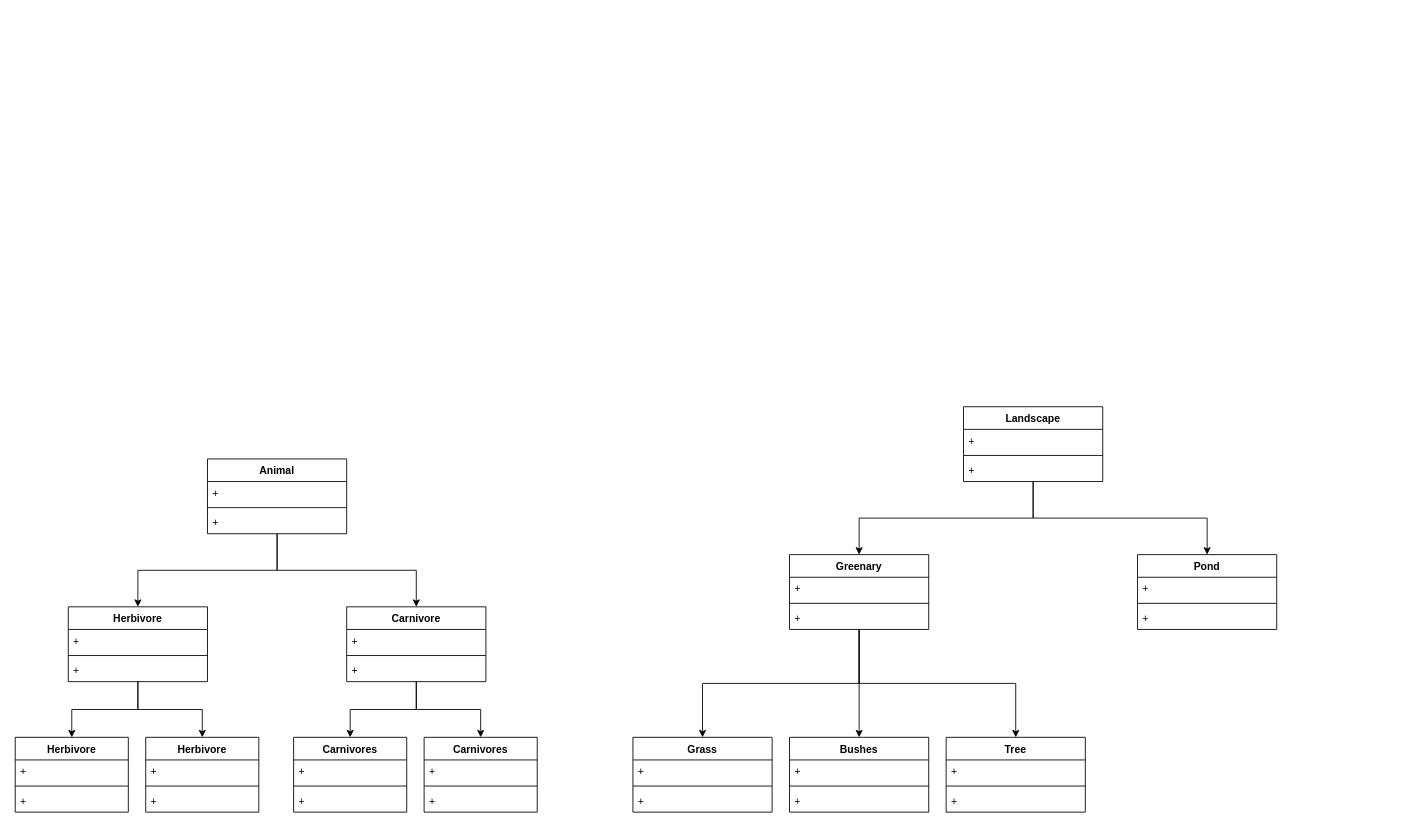
The draw.io diagram soft tech uml Diagram.drawio in summertx/uml, before the edit. Source tidied: cells renumbered, new cells numbered last; positions are measured from the earlier drawing's top-left corner, leaving out a move shared by most shapes. Both pictures are drawn from the tidied source at 87%, with x=0, y=0 at pixel (15, 406).
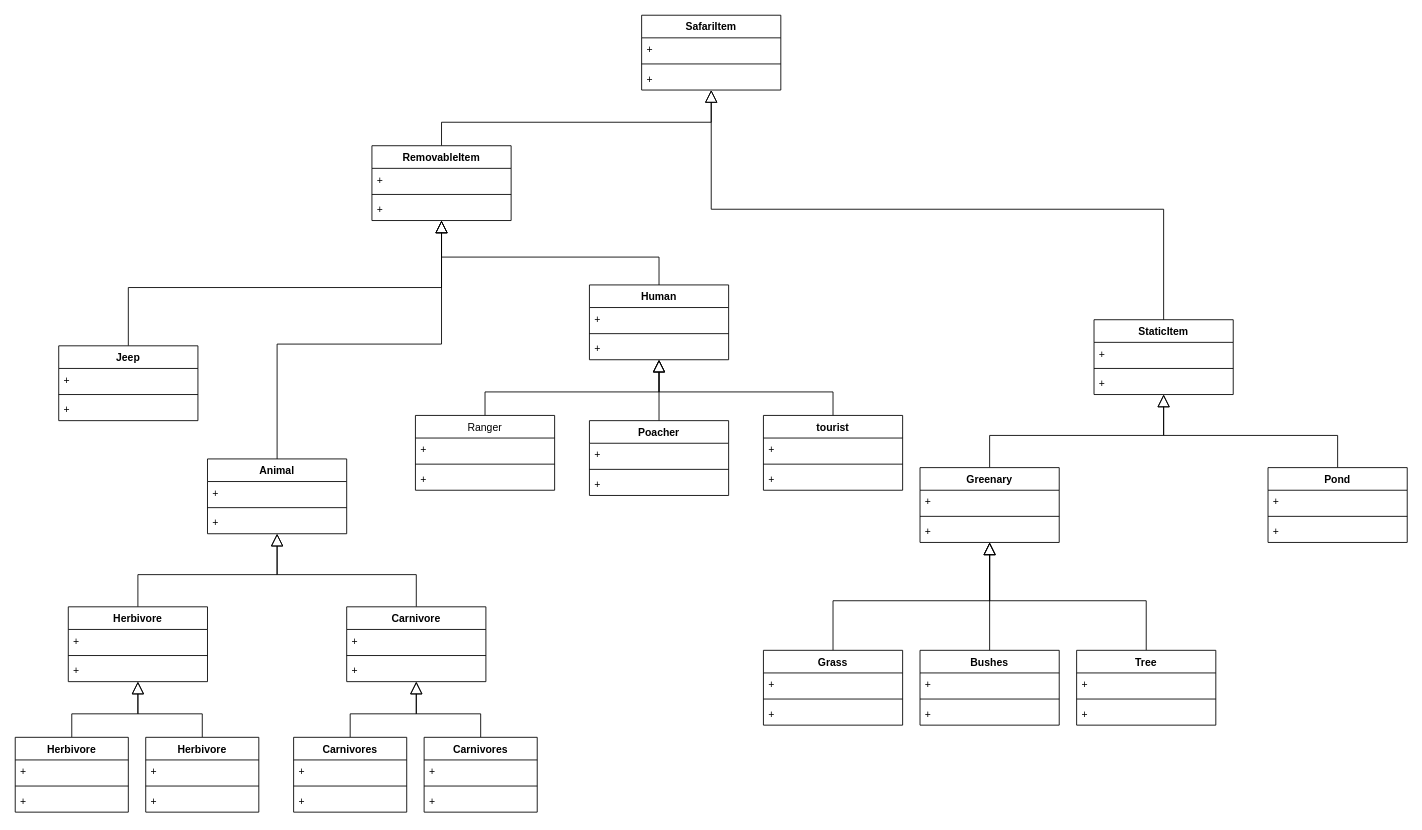
The same page after the edit.

Unchanged cells that the change refers to:
```xml
<mxCell id="4" value="Animal" style="swimlane;fontStyle=1;align=center;verticalAlign=top;horizontal=1;startSize=26;whiteSpace=wrap;html=1;" parent="1" vertex="1">
  <mxGeometry x="221" y="60" width="160" height="86" as="geometry" />
</mxCell>
<mxCell id="10" value="Herbivore" style="swimlane;fontStyle=1;align=center;verticalAlign=top;horizontal=1;startSize=26;whiteSpace=wrap;html=1;" parent="1" vertex="1">
  <mxGeometry x="61" y="230" width="160" height="86" as="geometry" />
</mxCell>
<mxCell id="16" value="Carnivore" style="swimlane;fontStyle=1;align=center;verticalAlign=top;horizontal=1;startSize=26;whiteSpace=wrap;html=1;" parent="1" vertex="1">
  <mxGeometry x="381" y="230" width="160" height="86" as="geometry" />
</mxCell>
<mxCell id="20" value="Carnivores" style="swimlane;fontStyle=1;align=center;verticalAlign=top;horizontal=1;startSize=26;whiteSpace=wrap;html=1;" parent="1" vertex="1">
  <mxGeometry x="320" y="380" width="130" height="86" as="geometry" />
</mxCell>
<mxCell id="24" value="Carnivores" style="swimlane;fontStyle=1;align=center;verticalAlign=top;horizontal=1;startSize=26;whiteSpace=wrap;html=1;" parent="1" vertex="1">
  <mxGeometry x="470" y="380" width="130" height="86" as="geometry" />
</mxCell>
<mxCell id="28" value="Herbivore" style="swimlane;fontStyle=1;align=center;verticalAlign=top;horizontal=1;startSize=26;whiteSpace=wrap;html=1;" parent="1" vertex="1">
  <mxGeometry y="380" width="130" height="86" as="geometry" />
</mxCell>
<mxCell id="32" value="Herbivore" style="swimlane;fontStyle=1;align=center;verticalAlign=top;horizontal=1;startSize=26;whiteSpace=wrap;html=1;" parent="1" vertex="1">
  <mxGeometry x="150" y="380" width="130" height="86" as="geometry" />
</mxCell>
```

Diff of the diagram source:
```diff
@@
-    <mxCell id="2" style="edgeStyle=orthogonalEdgeStyle;rounded=0;jettySize=auto;html=1;entryX=0.5;entryY=0;entryDx=0;entryDy=0;" parent="1" edge="1" source="4" target="10">
+    <mxCell id="2" style="edgeStyle=orthogonalEdgeStyle;rounded=0;jettySize=auto;html=1;entryX=0.5;entryY=0;entryDx=0;entryDy=0;startArrow=block;startFill=0;startSize=12;endArrow=none;" parent="1" edge="1" source="4" target="10">
       <mxGeometry relative="1" as="geometry" />
     </mxCell>
-    <mxCell id="3" style="edgeStyle=orthogonalEdgeStyle;rounded=0;jettySize=auto;html=1;entryX=0.5;entryY=0;entryDx=0;entryDy=0;" parent="1" edge="1" source="4" target="16">
+    <mxCell id="3" style="edgeStyle=orthogonalEdgeStyle;rounded=0;jettySize=auto;html=1;entryX=0.5;entryY=0;entryDx=0;entryDy=0;startSize=12;startArrow=block;startFill=0;endArrow=none;" parent="1" edge="1" source="4" target="16">
       <mxGeometry relative="1" as="geometry" />
     </mxCell>
@@
-    <mxCell id="8" style="edgeStyle=orthogonalEdgeStyle;rounded=0;jettySize=auto;html=1;entryX=0.5;entryY=0;entryDx=0;entryDy=0;" parent="1" edge="1" source="10" target="28">
+    <mxCell id="8" style="edgeStyle=orthogonalEdgeStyle;rounded=0;jettySize=auto;html=1;entryX=0.5;entryY=0;entryDx=0;entryDy=0;startSize=12;startArrow=block;startFill=0;endArrow=none;" parent="1" edge="1" source="10" target="28">
       <mxGeometry relative="1" as="geometry" />
     </mxCell>
-    <mxCell id="9" style="edgeStyle=orthogonalEdgeStyle;rounded=0;jettySize=auto;html=1;entryX=0.5;entryY=0;entryDx=0;entryDy=0;" parent="1" edge="1" source="10" target="32">
+    <mxCell id="9" style="edgeStyle=orthogonalEdgeStyle;rounded=0;jettySize=auto;html=1;entryX=0.5;entryY=0;entryDx=0;entryDy=0;endArrow=none;startFill=0;startArrow=block;startSize=12;" parent="1" edge="1" source="10" target="32">
       <mxGeometry relative="1" as="geometry" />
     </mxCell>
@@
-    <mxCell id="14" style="edgeStyle=orthogonalEdgeStyle;rounded=0;jettySize=auto;html=1;entryX=0.5;entryY=0;entryDx=0;entryDy=0;" parent="1" edge="1" source="16" target="20">
+    <mxCell id="14" style="edgeStyle=orthogonalEdgeStyle;rounded=0;jettySize=auto;html=1;entryX=0.5;entryY=0;entryDx=0;entryDy=0;endArrow=none;startFill=0;startArrow=block;startSize=12;" parent="1" edge="1" source="16" target="20">
       <mxGeometry relative="1" as="geometry" />
     </mxCell>
-    <mxCell id="15" style="edgeStyle=orthogonalEdgeStyle;rounded=0;jettySize=auto;html=1;entryX=0.5;entryY=0;entryDx=0;entryDy=0;" parent="1" edge="1" source="16" target="24">
+    <mxCell id="15" style="edgeStyle=orthogonalEdgeStyle;rounded=0;jettySize=auto;html=1;entryX=0.5;entryY=0;entryDx=0;entryDy=0;endArrow=none;startFill=0;startArrow=block;startSize=12;" parent="1" edge="1" source="16" target="24">
       <mxGeometry relative="1" as="geometry" />
     </mxCell>
@@
-    <mxCell id="36" style="edgeStyle=orthogonalEdgeStyle;rounded=0;jettySize=auto;html=1;exitX=0.5;exitY=1;exitDx=0;exitDy=0;entryX=0.5;entryY=0;entryDx=0;entryDy=0;" parent="1" edge="1" source="38" target="45">
+    <mxCell id="36" style="edgeStyle=orthogonalEdgeStyle;rounded=0;jettySize=auto;html=1;exitX=0.5;exitY=1;exitDx=0;exitDy=0;entryX=0.5;entryY=0;entryDx=0;entryDy=0;endArrow=none;startFill=0;startArrow=block;startSize=12;" parent="1" edge="1" source="38" target="45">
       <mxGeometry relative="1" as="geometry" />
     </mxCell>
-    <mxCell id="37" style="edgeStyle=orthogonalEdgeStyle;rounded=0;jettySize=auto;html=1;exitX=0.5;exitY=1;exitDx=0;exitDy=0;entryX=0.5;entryY=0;entryDx=0;entryDy=0;" parent="1" edge="1" source="38" target="57">
+    <mxCell id="37" style="edgeStyle=orthogonalEdgeStyle;rounded=0;jettySize=auto;html=1;exitX=0.5;exitY=1;exitDx=0;exitDy=0;entryX=0.5;entryY=0;entryDx=0;entryDy=0;endArrow=none;startFill=0;startArrow=block;startSize=12;" parent="1" edge="1" source="38" target="57">
       <mxGeometry relative="1" as="geometry" />
     </mxCell>
-    <mxCell id="38" value="Landscape" style="swimlane;fontStyle=1;align=center;verticalAlign=top;horizontal=1;startSize=26;whiteSpace=wrap;html=1;" parent="1" vertex="1">
-      <mxGeometry x="1090" width="160" height="86" as="geometry" />
+    <mxCell id="38" value="StaticItem" style="swimlane;fontStyle=1;align=center;verticalAlign=top;horizontal=1;startSize=26;whiteSpace=wrap;html=1;" parent="1" vertex="1">
+      <mxGeometry x="1240" y="-100" width="160" height="86" as="geometry" />
     </mxCell>
@@
-    <mxCell id="42" style="edgeStyle=orthogonalEdgeStyle;rounded=0;jettySize=auto;html=1;entryX=0.5;entryY=0;entryDx=0;entryDy=0;" parent="1" edge="1" source="45" target="61">
+    <mxCell id="42" style="edgeStyle=orthogonalEdgeStyle;rounded=0;jettySize=auto;html=1;entryX=0.5;entryY=0;entryDx=0;entryDy=0;startSize=12;startArrow=block;startFill=0;endArrow=none;" parent="1" edge="1" source="45" target="61">
       <mxGeometry relative="1" as="geometry" />
     </mxCell>
-    <mxCell id="43" style="edgeStyle=orthogonalEdgeStyle;rounded=0;jettySize=auto;html=1;exitX=0.5;exitY=1;exitDx=0;exitDy=0;entryX=0.5;entryY=0;entryDx=0;entryDy=0;" parent="1" edge="1" source="45" target="49">
+    <mxCell id="43" style="edgeStyle=orthogonalEdgeStyle;rounded=0;jettySize=auto;html=1;exitX=0.5;exitY=1;exitDx=0;exitDy=0;entryX=0.5;entryY=0;entryDx=0;entryDy=0;endArrow=none;startFill=0;startArrow=block;startSize=12;" parent="1" edge="1" source="45" target="49">
       <mxGeometry relative="1" as="geometry" />
     </mxCell>
-    <mxCell id="44" style="edgeStyle=orthogonalEdgeStyle;rounded=0;jettySize=auto;html=1;exitX=0.5;exitY=1;exitDx=0;exitDy=0;entryX=0.5;entryY=0;entryDx=0;entryDy=0;" parent="1" edge="1" source="45" target="53">
+    <mxCell id="44" style="edgeStyle=orthogonalEdgeStyle;rounded=0;jettySize=auto;html=1;exitX=0.5;exitY=1;exitDx=0;exitDy=0;entryX=0.5;entryY=0;entryDx=0;entryDy=0;endArrow=none;startFill=0;startArrow=block;startSize=12;" parent="1" edge="1" source="45" target="53">
       <mxGeometry relative="1" as="geometry" />
     </mxCell>
     <mxCell id="45" value="Greenary" style="swimlane;fontStyle=1;align=center;verticalAlign=top;horizontal=1;startSize=26;whiteSpace=wrap;html=1;" parent="1" vertex="1">
-      <mxGeometry x="890" y="170" width="160" height="86" as="geometry" />
+      <mxGeometry x="1040" y="70" width="160" height="86" as="geometry" />
     </mxCell>
@@
     <mxCell id="49" value="Grass" style="swimlane;fontStyle=1;align=center;verticalAlign=top;horizontal=1;startSize=26;whiteSpace=wrap;html=1;" parent="1" vertex="1">
-      <mxGeometry x="710" y="380" width="160" height="86" as="geometry" />
+      <mxGeometry x="860" y="280" width="160" height="86" as="geometry" />
     </mxCell>
@@
     <mxCell id="53" value="Tree" style="swimlane;fontStyle=1;align=center;verticalAlign=top;horizontal=1;startSize=26;whiteSpace=wrap;html=1;" parent="1" vertex="1">
-      <mxGeometry x="1070" y="380" width="160" height="86" as="geometry" />
+      <mxGeometry x="1220" y="280" width="160" height="86" as="geometry" />
     </mxCell>
@@
     <mxCell id="57" value="Pond" style="swimlane;fontStyle=1;align=center;verticalAlign=top;horizontal=1;startSize=26;whiteSpace=wrap;html=1;" parent="1" vertex="1">
-      <mxGeometry x="1290" y="170" width="160" height="86" as="geometry" />
+      <mxGeometry x="1440" y="70" width="160" height="86" as="geometry" />
     </mxCell>
@@
     <mxCell id="61" value="Bushes" style="swimlane;fontStyle=1;align=center;verticalAlign=top;horizontal=1;startSize=26;whiteSpace=wrap;html=1;" parent="1" vertex="1">
-      <mxGeometry x="890" y="380" width="160" height="86" as="geometry" />
+      <mxGeometry x="1040" y="280" width="160" height="86" as="geometry" />
     </mxCell>
@@
+    <mxCell id="65" style="edgeStyle=orthogonalEdgeStyle;rounded=0;jettySize=auto;html=1;exitX=0.5;exitY=1;exitDx=0;exitDy=0;entryX=0.5;entryY=0;entryDx=0;entryDy=0;endArrow=none;startFill=0;startArrow=block;startSize=12;" parent="1" edge="1" source="67" target="74">
+      <mxGeometry relative="1" as="geometry" />
+    </mxCell>
+    <mxCell id="66" style="edgeStyle=orthogonalEdgeStyle;rounded=0;jettySize=auto;html=1;exitX=0.5;exitY=1;exitDx=0;exitDy=0;entryX=0.5;entryY=0;entryDx=0;entryDy=0;endArrow=none;startFill=0;startArrow=block;endSize=13;startSize=12;" parent="1" edge="1" source="67" target="38">
+      <mxGeometry relative="1" as="geometry" />
+    </mxCell>
+    <mxCell id="67" value="SafariItem" style="swimlane;fontStyle=1;align=center;verticalAlign=top;horizontal=1;startSize=26;whiteSpace=wrap;html=1;" parent="1" vertex="1">
+      <mxGeometry x="720" y="-450" width="160" height="86" as="geometry" />
+    </mxCell>
+    <mxCell id="68" value="+&amp;nbsp;" style="text;strokeColor=none;fillColor=none;align=left;verticalAlign=top;spacingLeft=4;spacingRight=4;overflow=hidden;whiteSpace=wrap;html=1;" parent="67" vertex="1">
+      <mxGeometry y="26" width="160" height="26" as="geometry" />
+    </mxCell>
+    <mxCell id="69" style="line;strokeWidth=1;fillColor=none;align=left;verticalAlign=middle;spacingTop=-1;spacingLeft=3;spacingRight=3;labelPosition=right;strokeColor=inherit;" parent="67" vertex="1">
+      <mxGeometry y="52" width="160" height="8" as="geometry" />
+    </mxCell>
+    <mxCell id="70" value="+" style="text;strokeColor=none;fillColor=none;align=left;verticalAlign=top;spacingLeft=4;spacingRight=4;overflow=hidden;whiteSpace=wrap;html=1;" parent="67" vertex="1">
+      <mxGeometry y="60" width="160" height="26" as="geometry" />
+    </mxCell>
+    <mxCell id="71" style="edgeStyle=orthogonalEdgeStyle;rounded=0;jettySize=auto;html=1;exitX=0.5;exitY=1;exitDx=0;exitDy=0;entryX=0.5;entryY=0;entryDx=0;entryDy=0;endArrow=none;startFill=0;startArrow=block;startSize=12;" parent="1" edge="1" source="74" target="4">
+      <mxGeometry relative="1" as="geometry" />
+    </mxCell>
+    <mxCell id="72" style="edgeStyle=orthogonalEdgeStyle;rounded=0;jettySize=auto;html=1;exitX=0.5;exitY=1;exitDx=0;exitDy=0;entryX=0.5;entryY=0;entryDx=0;entryDy=0;endArrow=none;startFill=0;startArrow=block;endSize=12;startSize=12;" parent="1" edge="1" source="74" target="78">
+      <mxGeometry relative="1" as="geometry" />
+    </mxCell>
+    <mxCell id="73" style="edgeStyle=orthogonalEdgeStyle;rounded=0;jettySize=auto;html=1;exitX=0.5;exitY=1;exitDx=0;exitDy=0;entryX=0.5;entryY=0;entryDx=0;entryDy=0;endArrow=none;startFill=0;startArrow=block;startSize=12;" parent="1" edge="1" source="74" target="85">
+      <mxGeometry relative="1" as="geometry" />
+    </mxCell>
+    <mxCell id="74" value="RemovableItem" style="swimlane;fontStyle=1;align=center;verticalAlign=top;horizontal=1;startSize=26;whiteSpace=wrap;html=1;" parent="1" vertex="1">
+      <mxGeometry x="410" y="-300" width="160" height="86" as="geometry" />
+    </mxCell>
+    <mxCell id="75" value="+&amp;nbsp;" style="text;strokeColor=none;fillColor=none;align=left;verticalAlign=top;spacingLeft=4;spacingRight=4;overflow=hidden;whiteSpace=wrap;html=1;" parent="74" vertex="1">
+      <mxGeometry y="26" width="160" height="26" as="geometry" />
+    </mxCell>
+    <mxCell id="76" style="line;strokeWidth=1;fillColor=none;align=left;verticalAlign=middle;spacingTop=-1;spacingLeft=3;spacingRight=3;labelPosition=right;strokeColor=inherit;" parent="74" vertex="1">
+      <mxGeometry y="52" width="160" height="8" as="geometry" />
+    </mxCell>
+    <mxCell id="77" value="+" style="text;strokeColor=none;fillColor=none;align=left;verticalAlign=top;spacingLeft=4;spacingRight=4;overflow=hidden;whiteSpace=wrap;html=1;" parent="74" vertex="1">
+      <mxGeometry y="60" width="160" height="26" as="geometry" />
+    </mxCell>
+    <mxCell id="78" value="Jeep" style="swimlane;fontStyle=1;align=center;verticalAlign=top;horizontal=1;startSize=26;whiteSpace=wrap;html=1;" parent="1" vertex="1">
+      <mxGeometry x="50" y="-70" width="160" height="86" as="geometry" />
+    </mxCell>
+    <mxCell id="79" value="+&amp;nbsp;" style="text;strokeColor=none;fillColor=none;align=left;verticalAlign=top;spacingLeft=4;spacingRight=4;overflow=hidden;whiteSpace=wrap;html=1;" parent="78" vertex="1">
+      <mxGeometry y="26" width="160" height="26" as="geometry" />
+    </mxCell>
+    <mxCell id="80" style="line;strokeWidth=1;fillColor=none;align=left;verticalAlign=middle;spacingTop=-1;spacingLeft=3;spacingRight=3;labelPosition=right;strokeColor=inherit;" parent="78" vertex="1">
+      <mxGeometry y="52" width="160" height="8" as="geometry" />
+    </mxCell>
+    <mxCell id="81" value="+" style="text;strokeColor=none;fillColor=none;align=left;verticalAlign=top;spacingLeft=4;spacingRight=4;overflow=hidden;whiteSpace=wrap;html=1;" parent="78" vertex="1">
+      <mxGeometry y="60" width="160" height="26" as="geometry" />
+    </mxCell>
+    <mxCell id="82" style="edgeStyle=orthogonalEdgeStyle;rounded=0;jettySize=auto;html=1;exitX=0.5;exitY=1;exitDx=0;exitDy=0;entryX=0.5;entryY=0;entryDx=0;entryDy=0;endArrow=none;startFill=0;startArrow=block;startSize=12;" parent="1" edge="1" source="85" target="89">
+      <mxGeometry relative="1" as="geometry" />
+    </mxCell>
+    <mxCell id="83" style="edgeStyle=orthogonalEdgeStyle;rounded=0;jettySize=auto;html=1;exitX=0.5;exitY=1;exitDx=0;exitDy=0;entryX=0.5;entryY=0;entryDx=0;entryDy=0;endArrow=none;startFill=0;startArrow=block;startSize=12;" parent="1" edge="1" source="85" target="93">
+      <mxGeometry relative="1" as="geometry" />
+    </mxCell>
+    <mxCell id="84" style="edgeStyle=orthogonalEdgeStyle;rounded=0;jettySize=auto;html=1;exitX=0.5;exitY=1;exitDx=0;exitDy=0;entryX=0.5;entryY=0;entryDx=0;entryDy=0;endArrow=none;startFill=0;startArrow=block;startSize=12;" parent="1" edge="1" source="85" target="97">
+      <mxGeometry relative="1" as="geometry" />
+    </mxCell>
+    <mxCell id="85" value="Human" style="swimlane;fontStyle=1;align=center;verticalAlign=top;horizontal=1;startSize=26;whiteSpace=wrap;html=1;" parent="1" vertex="1">
+      <mxGeometry x="660" y="-140" width="160" height="86" as="geometry" />
+    </mxCell>
+    <mxCell id="86" value="+&amp;nbsp;" style="text;strokeColor=none;fillColor=none;align=left;verticalAlign=top;spacingLeft=4;spacingRight=4;overflow=hidden;whiteSpace=wrap;html=1;" parent="85" vertex="1">
+      <mxGeometry y="26" width="160" height="26" as="geometry" />
+    </mxCell>
+    <mxCell id="87" style="line;strokeWidth=1;fillColor=none;align=left;verticalAlign=middle;spacingTop=-1;spacingLeft=3;spacingRight=3;labelPosition=right;strokeColor=inherit;" parent="85" vertex="1">
+      <mxGeometry y="52" width="160" height="8" as="geometry" />
+    </mxCell>
+    <mxCell id="88" value="+" style="text;strokeColor=none;fillColor=none;align=left;verticalAlign=top;spacingLeft=4;spacingRight=4;overflow=hidden;whiteSpace=wrap;html=1;" parent="85" vertex="1">
+      <mxGeometry y="60" width="160" height="26" as="geometry" />
+    </mxCell>
+    <mxCell id="89" value="Ranger" style="swimlane;fontStyle=0;align=center;verticalAlign=top;horizontal=1;startSize=26;whiteSpace=wrap;html=1;" parent="1" vertex="1">
+      <mxGeometry x="460" y="10" width="160" height="86" as="geometry" />
+    </mxCell>
+    <mxCell id="90" value="+&amp;nbsp;" style="text;strokeColor=none;fillColor=none;align=left;verticalAlign=top;spacingLeft=4;spacingRight=4;overflow=hidden;whiteSpace=wrap;html=1;" parent="89" vertex="1">
+      <mxGeometry y="26" width="160" height="26" as="geometry" />
+    </mxCell>
+    <mxCell id="91" style="line;strokeWidth=1;fillColor=none;align=left;verticalAlign=middle;spacingTop=-1;spacingLeft=3;spacingRight=3;labelPosition=right;strokeColor=inherit;" parent="89" vertex="1">
+      <mxGeometry y="52" width="160" height="8" as="geometry" />
+    </mxCell>
+    <mxCell id="92" value="+" style="text;strokeColor=none;fillColor=none;align=left;verticalAlign=top;spacingLeft=4;spacingRight=4;overflow=hidden;whiteSpace=wrap;html=1;" parent="89" vertex="1">
+      <mxGeometry y="60" width="160" height="26" as="geometry" />
+    </mxCell>
+    <mxCell id="93" value="Poacher" style="swimlane;fontStyle=1;align=center;verticalAlign=top;horizontal=1;startSize=26;whiteSpace=wrap;html=1;" parent="1" vertex="1">
+      <mxGeometry x="660" y="16" width="160" height="86" as="geometry" />
+    </mxCell>
+    <mxCell id="94" value="+&amp;nbsp;" style="text;strokeColor=none;fillColor=none;align=left;verticalAlign=top;spacingLeft=4;spacingRight=4;overflow=hidden;whiteSpace=wrap;html=1;" parent="93" vertex="1">
+      <mxGeometry y="26" width="160" height="26" as="geometry" />
+    </mxCell>
+    <mxCell id="95" style="line;strokeWidth=1;fillColor=none;align=left;verticalAlign=middle;spacingTop=-1;spacingLeft=3;spacingRight=3;labelPosition=right;strokeColor=inherit;" parent="93" vertex="1">
+      <mxGeometry y="52" width="160" height="8" as="geometry" />
+    </mxCell>
+    <mxCell id="96" value="+" style="text;strokeColor=none;fillColor=none;align=left;verticalAlign=top;spacingLeft=4;spacingRight=4;overflow=hidden;whiteSpace=wrap;html=1;" parent="93" vertex="1">
+      <mxGeometry y="60" width="160" height="26" as="geometry" />
+    </mxCell>
+    <mxCell id="97" value="tourist" style="swimlane;fontStyle=1;align=center;verticalAlign=top;horizontal=1;startSize=26;whiteSpace=wrap;html=1;" parent="1" vertex="1">
+      <mxGeometry x="860" y="10" width="160" height="86" as="geometry" />
+    </mxCell>
+    <mxCell id="98" value="+&amp;nbsp;" style="text;strokeColor=none;fillColor=none;align=left;verticalAlign=top;spacingLeft=4;spacingRight=4;overflow=hidden;whiteSpace=wrap;html=1;" parent="97" vertex="1">
+      <mxGeometry y="26" width="160" height="26" as="geometry" />
+    </mxCell>
+    <mxCell id="99" style="line;strokeWidth=1;fillColor=none;align=left;verticalAlign=middle;spacingTop=-1;spacingLeft=3;spacingRight=3;labelPosition=right;strokeColor=inherit;" parent="97" vertex="1">
+      <mxGeometry y="52" width="160" height="8" as="geometry" />
+    </mxCell>
+    <mxCell id="100" value="+" style="text;strokeColor=none;fillColor=none;align=left;verticalAlign=top;spacingLeft=4;spacingRight=4;overflow=hidden;whiteSpace=wrap;html=1;" parent="97" vertex="1">
+      <mxGeometry y="60" width="160" height="26" as="geometry" />
+    </mxCell>
```
